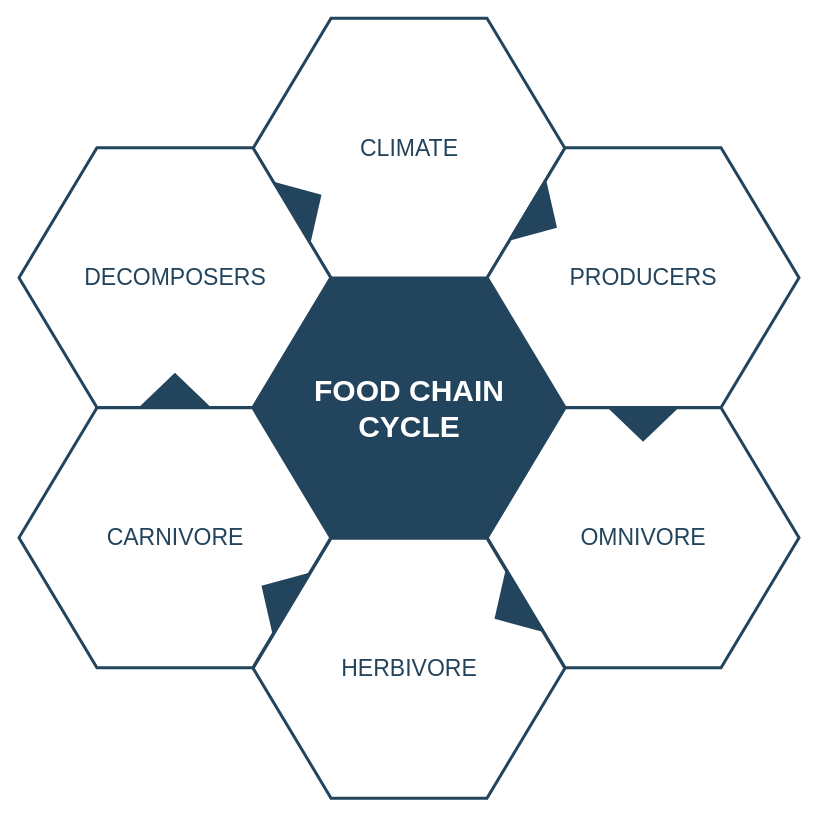
The draw.io diagram ReguVerse.drawio in RASAAS/ReguVerse, before the edit. Source tidied: cells renumbered, new cells numbered last; positions are measured from the earlier drawing's top-left corner, leaving out a move shared by most shapes. Both pictures are drawn from the tidied source at 100%, with x=0, y=0 at pixel (18, 18).
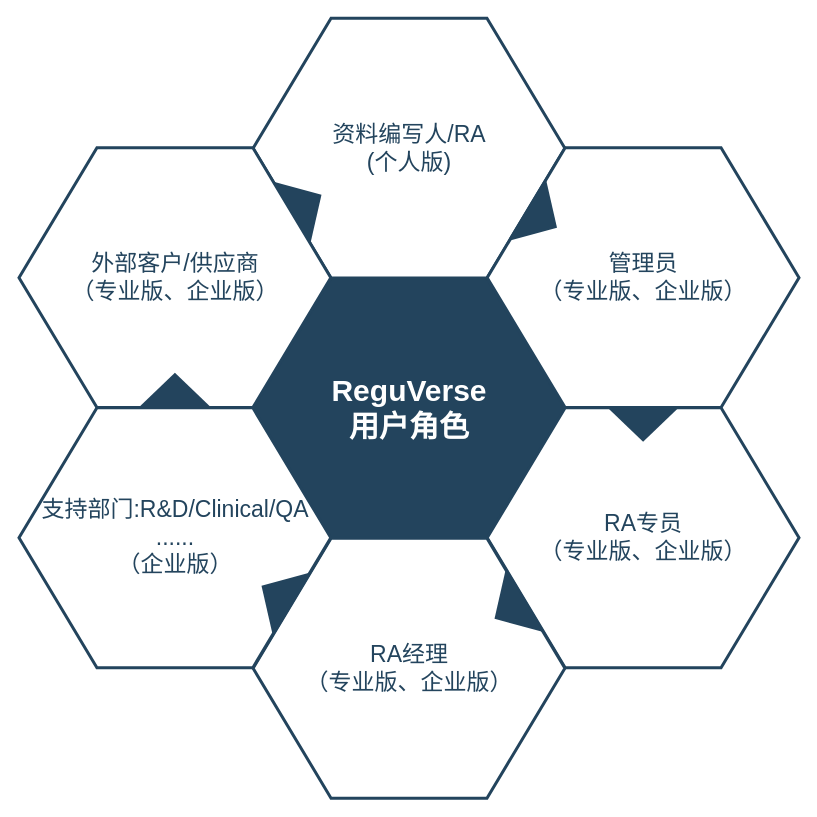
After the change.

Change to the diagram source:
```diff
@@
 <mxGraphModel>
   <root>
     <mxCell id="0" />
     <mxCell id="1" parent="0" />
-    <mxCell id="2" value="&lt;font style=&quot;font-size: 30px&quot; color=&quot;#ffffff&quot;&gt;&lt;b&gt;&lt;span&gt;FOOD CHAIN&lt;/span&gt;&lt;br&gt;&lt;span&gt;CYCLE&lt;/span&gt;&lt;/b&gt;&lt;/font&gt;&lt;br&gt;" style="shape=hexagon;perimeter=hexagonPerimeter2;whiteSpace=wrap;html=1;shadow=0;labelBackgroundColor=none;strokeColor=#23445D;fillColor=#23445D;gradientColor=none;fontFamily=Helvetica;fontSize=23;fontColor=#23445d;align=center;strokeWidth=3;" parent="1" vertex="1">
+    <mxCell id="2" value="&lt;font color=&quot;#ffffff&quot;&gt;&lt;span style=&quot;font-size: 30px&quot;&gt;&lt;b&gt;ReguVerse&lt;br&gt;用户角色&lt;br&gt;&lt;/b&gt;&lt;/span&gt;&lt;/font&gt;" style="shape=hexagon;perimeter=hexagonPerimeter2;whiteSpace=wrap;html=1;shadow=0;labelBackgroundColor=none;strokeColor=#23445D;fillColor=#23445D;gradientColor=none;fontFamily=Helvetica;fontSize=23;fontColor=#23445d;align=center;strokeWidth=3;" parent="1" vertex="1">
       <mxGeometry x="234.6" y="259.8" width="311.8" height="259.9" as="geometry" />
     </mxCell>
     <mxCell id="3" style="triangle;whiteSpace=wrap;html=1;shadow=0;labelBackgroundColor=none;strokeColor=none;fillColor=#FFFFFF;fontFamily=Helvetica;fontSize=17;fontColor=#23445d;align=center;rotation=90;gradientColor=none;flipV=1;flipH=1;opacity=20;" parent="1" vertex="1">
       <mxGeometry x="115.5" y="277.7" width="72" height="152" as="geometry" />
     </mxCell>
-    <mxCell id="4" value="&lt;font style=&quot;font-size: 23px&quot;&gt;CLIMATE&lt;/font&gt;" style="shape=hexagon;perimeter=hexagonPerimeter2;whiteSpace=wrap;html=1;shadow=0;labelBackgroundColor=none;strokeColor=#23445D;fillColor=#ffffff;gradientColor=none;fontFamily=Helvetica;fontSize=23;fontColor=#23445D;align=center;strokeWidth=3;" parent="1" vertex="1">
+    <mxCell id="4" value="&lt;font style=&quot;font-size: 23px&quot;&gt;资料编写人/RA&lt;br&gt;(个人版)&lt;br&gt;&lt;/font&gt;" style="shape=hexagon;perimeter=hexagonPerimeter2;whiteSpace=wrap;html=1;shadow=0;labelBackgroundColor=none;strokeColor=#23445D;fillColor=#ffffff;gradientColor=none;fontFamily=Helvetica;fontSize=23;fontColor=#23445D;align=center;strokeWidth=3;" parent="1" vertex="1">
       <mxGeometry x="234.6" y="-0.3" width="311.8" height="259.9" as="geometry" />
     </mxCell>
-    <mxCell id="5" value="&lt;font style=&quot;font-size: 23px&quot;&gt;PRODUCERS&lt;/font&gt;" style="shape=hexagon;perimeter=hexagonPerimeter2;whiteSpace=wrap;html=1;shadow=0;labelBackgroundColor=none;strokeColor=#23445D;fillColor=#FFFFFF;gradientColor=none;fontFamily=Helvetica;fontSize=23;fontColor=#23445d;align=center;strokeWidth=3;" parent="1" vertex="1">
+    <mxCell id="5" value="&lt;font style=&quot;font-size: 23px&quot;&gt;管理员&lt;br&gt;（专业版、企业版）&lt;br&gt;&lt;/font&gt;" style="shape=hexagon;perimeter=hexagonPerimeter2;whiteSpace=wrap;html=1;shadow=0;labelBackgroundColor=none;strokeColor=#23445D;fillColor=#FFFFFF;gradientColor=none;fontFamily=Helvetica;fontSize=23;fontColor=#23445d;align=center;strokeWidth=3;" parent="1" vertex="1">
       <mxGeometry x="468.7" y="129.2" width="311.8" height="259.9" as="geometry" />
     </mxCell>
-    <mxCell id="6" value="&lt;font style=&quot;font-size: 23px&quot;&gt;OMNIVORE&lt;/font&gt;" style="shape=hexagon;perimeter=hexagonPerimeter2;whiteSpace=wrap;html=1;shadow=0;labelBackgroundColor=none;strokeColor=#23445D;fillColor=#FFFFFF;gradientColor=none;fontFamily=Helvetica;fontSize=23;fontColor=#23445d;align=center;strokeWidth=3;" parent="1" vertex="1">
+    <mxCell id="6" value="&lt;font style=&quot;font-size: 23px&quot;&gt;RA专员&lt;br&gt;（专业版、企业版）&lt;br&gt;&lt;/font&gt;" style="shape=hexagon;perimeter=hexagonPerimeter2;whiteSpace=wrap;html=1;shadow=0;labelBackgroundColor=none;strokeColor=#23445D;fillColor=#FFFFFF;gradientColor=none;fontFamily=Helvetica;fontSize=23;fontColor=#23445d;align=center;strokeWidth=3;" parent="1" vertex="1">
       <mxGeometry x="468.7" y="389.3" width="311.8" height="259.9" as="geometry" />
     </mxCell>
-    <mxCell id="7" value="&lt;font style=&quot;font-size: 23px&quot;&gt;HERBIVORE&lt;/font&gt;" style="shape=hexagon;perimeter=hexagonPerimeter2;whiteSpace=wrap;html=1;shadow=0;labelBackgroundColor=none;strokeColor=#23445D;fillColor=#FFFFFF;gradientColor=none;fontFamily=Helvetica;fontSize=23;fontColor=#23445d;align=center;strokeWidth=3;" parent="1" vertex="1">
+    <mxCell id="7" value="&lt;font style=&quot;font-size: 23px&quot;&gt;RA经理&lt;br&gt;（专业版、企业版）&lt;br&gt;&lt;/font&gt;" style="shape=hexagon;perimeter=hexagonPerimeter2;whiteSpace=wrap;html=1;shadow=0;labelBackgroundColor=none;strokeColor=#23445D;fillColor=#FFFFFF;gradientColor=none;fontFamily=Helvetica;fontSize=23;fontColor=#23445d;align=center;strokeWidth=3;" parent="1" vertex="1">
       <mxGeometry x="234.6" y="519.8" width="311.8" height="259.9" as="geometry" />
     </mxCell>
-    <mxCell id="8" value="&lt;font style=&quot;font-size: 23px&quot;&gt;CARNIVORE&lt;/font&gt;" style="shape=hexagon;perimeter=hexagonPerimeter2;whiteSpace=wrap;html=1;shadow=0;labelBackgroundColor=none;strokeColor=#23445D;fillColor=#FFFFFF;gradientColor=none;fontFamily=Helvetica;fontSize=23;fontColor=#23445d;align=center;strokeWidth=3;" parent="1" vertex="1">
+    <mxCell id="8" value="&lt;font style=&quot;font-size: 23px&quot;&gt;支持部门:R&amp;amp;D/Clinical/QA&lt;br&gt;......&lt;br&gt;（企业版）&lt;br&gt;&lt;/font&gt;" style="shape=hexagon;perimeter=hexagonPerimeter2;whiteSpace=wrap;html=1;shadow=0;labelBackgroundColor=none;strokeColor=#23445D;fillColor=#FFFFFF;gradientColor=none;fontFamily=Helvetica;fontSize=23;fontColor=#23445d;align=center;strokeWidth=3;" parent="1" vertex="1">
       <mxGeometry x="0.5" y="389.3" width="311.8" height="259.9" as="geometry" />
     </mxCell>
-    <mxCell id="9" value="&lt;font style=&quot;font-size: 23px;&quot;&gt;DECOMPOSERS&lt;/font&gt;" style="shape=hexagon;perimeter=hexagonPerimeter2;whiteSpace=wrap;html=1;shadow=0;labelBackgroundColor=none;strokeColor=#23445D;fillColor=#ffffff;gradientColor=none;fontFamily=Helvetica;fontSize=23;fontColor=#23445D;align=center;strokeWidth=3;" parent="1" vertex="1">
+    <mxCell id="9" value="外部客户/供应商&lt;br&gt;（专业版、企业版）" style="shape=hexagon;perimeter=hexagonPerimeter2;whiteSpace=wrap;html=1;shadow=0;labelBackgroundColor=none;strokeColor=#23445D;fillColor=#ffffff;gradientColor=none;fontFamily=Helvetica;fontSize=23;fontColor=#23445D;align=center;strokeWidth=3;" parent="1" vertex="1">
       <mxGeometry x="0.5" y="129.2" width="311.8" height="259.9" as="geometry" />
     </mxCell>
     <mxCell id="10" style="triangle;whiteSpace=wrap;html=1;shadow=0;labelBackgroundColor=none;strokeColor=none;fillColor=#23445D;fontFamily=Helvetica;fontSize=17;fontColor=#23445d;align=center;rotation=31;gradientColor=none;strokeWidth=3;" parent="1" vertex="1">
       <mxGeometry x="506" y="163.7" width="35" height="73" as="geometry" />
     </mxCell>
     <mxCell id="11" style="triangle;whiteSpace=wrap;html=1;shadow=0;labelBackgroundColor=none;strokeColor=none;fillColor=#23445D;fontFamily=Helvetica;fontSize=17;fontColor=#23445d;align=center;rotation=31;gradientColor=none;flipH=1;strokeWidth=3;" parent="1" vertex="1">
       <mxGeometry x="240.5" y="539.7" width="35" height="73" as="geometry" />
     </mxCell>
     <mxCell id="12" style="triangle;whiteSpace=wrap;html=1;shadow=0;labelBackgroundColor=none;strokeColor=none;fillColor=#23445D;fontFamily=Helvetica;fontSize=17;fontColor=#23445d;align=center;rotation=329;gradientColor=none;strokeWidth=3;" parent="1" vertex="1">
       <mxGeometry x="270.5" y="148.7" width="35" height="73" as="geometry" />
     </mxCell>
     <mxCell id="13" style="triangle;whiteSpace=wrap;html=1;shadow=0;labelBackgroundColor=none;strokeColor=none;fillColor=#23445D;fontFamily=Helvetica;fontSize=17;fontColor=#23445d;align=center;rotation=329;gradientColor=none;flipH=1;strokeWidth=3;" parent="1" vertex="1">
       <mxGeometry x="473.5" y="554.7" width="35" height="73" as="geometry" />
     </mxCell>
     <mxCell id="14" style="triangle;whiteSpace=wrap;html=1;shadow=0;labelBackgroundColor=none;strokeColor=none;fillColor=#23445D;fontFamily=Helvetica;fontSize=17;fontColor=#23445d;align=center;rotation=90;gradientColor=none;strokeWidth=3;" parent="1" vertex="1">
       <mxGeometry x="607.1" y="369.2" width="35" height="73" as="geometry" />
     </mxCell>
     <mxCell id="15" style="triangle;whiteSpace=wrap;html=1;shadow=0;labelBackgroundColor=none;strokeColor=none;fillColor=#23445D;fontFamily=Helvetica;fontSize=17;fontColor=#23445d;align=center;rotation=90;gradientColor=none;flipH=1;strokeWidth=3;" parent="1" vertex="1">
       <mxGeometry x="138.9" y="335.2" width="35" height="73" as="geometry" />
     </mxCell>
   </root>
 </mxGraphModel>
```
